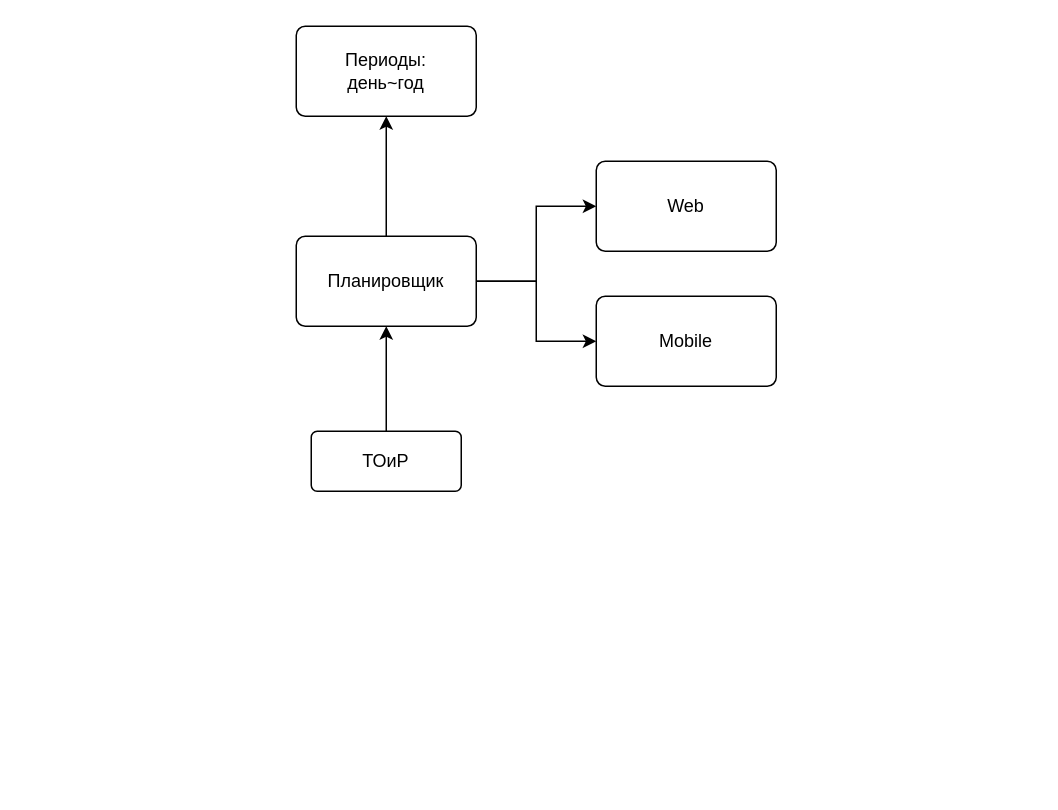
Above: KazGerMunay.drawio in tvolodi/abitech (draw.io), before the change. Source tidied: cells renumbered, new cells numbered last; positions are measured from the earlier drawing's top-left corner, leaving out a move shared by most shapes. Both pictures are drawn from the tidied source at 150%, with x=0, y=0 at pixel (296, 26).
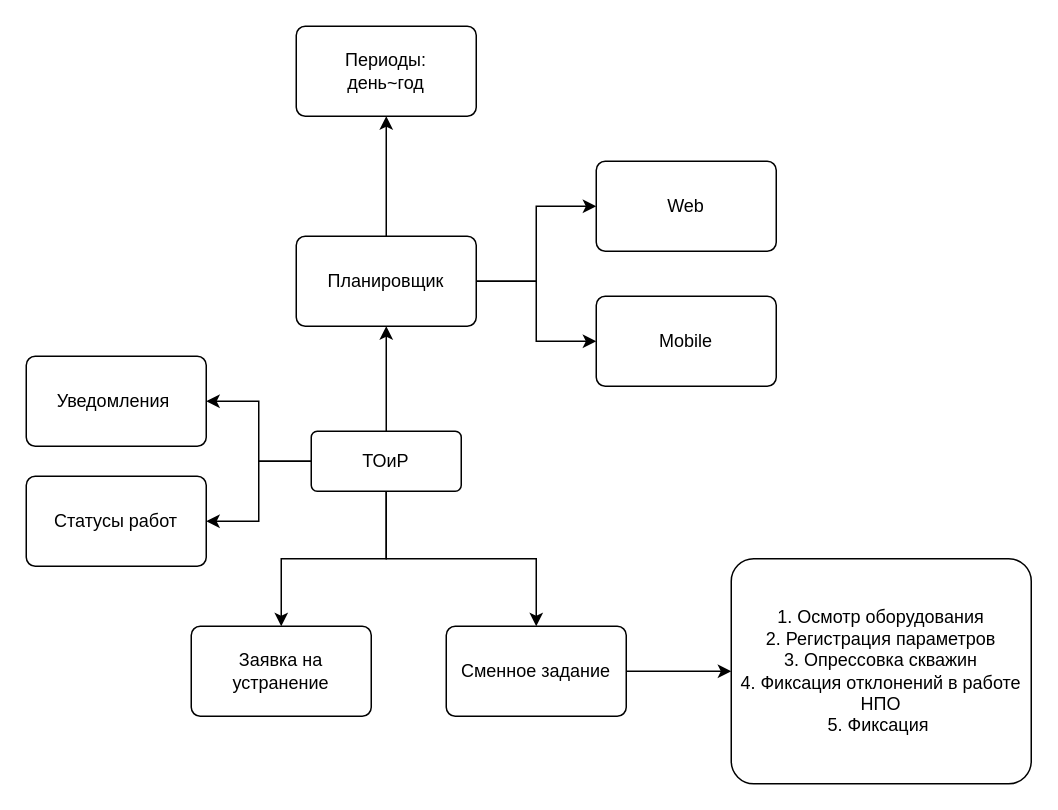
Above is the later version.

The change refers to these unchanged cells:
```xml
<mxCell id="3" value="ТОиР" style="rounded=1;arcSize=10;whiteSpace=wrap;html=1;align=center;" parent="1" vertex="1">
  <mxGeometry x="10" y="270" width="100" height="40" as="geometry" />
</mxCell>
```

Diff of the diagram source:
```diff
@@
+    <mxCell id="11" style="edgeStyle=orthogonalEdgeStyle;rounded=0;jettySize=auto;html=1;" parent="1" edge="1" source="3" target="15">
+      <mxGeometry relative="1" as="geometry" />
+    </mxCell>
+    <mxCell id="12" style="edgeStyle=orthogonalEdgeStyle;rounded=0;jettySize=auto;html=1;" parent="1" edge="1" source="3" target="16">
+      <mxGeometry relative="1" as="geometry" />
+    </mxCell>
+    <mxCell id="13" style="edgeStyle=orthogonalEdgeStyle;rounded=0;jettySize=auto;html=1;" parent="1" edge="1" source="3" target="18">
+      <mxGeometry relative="1" as="geometry" />
+    </mxCell>
+    <mxCell id="14" style="edgeStyle=orthogonalEdgeStyle;rounded=0;jettySize=auto;html=1;" parent="1" edge="1" source="3" target="20">
+      <mxGeometry relative="1" as="geometry" />
+    </mxCell>
@@
+    <mxCell id="15" value="Уведомления&amp;nbsp;" style="whiteSpace=wrap;html=1;rounded=1;arcSize=10;" parent="1" vertex="1">
+      <mxGeometry x="-180" y="220" width="120" height="60" as="geometry" />
+    </mxCell>
+    <mxCell id="16" value="Статусы работ" style="whiteSpace=wrap;html=1;rounded=1;arcSize=10;" parent="1" vertex="1">
+      <mxGeometry x="-180" y="300" width="120" height="60" as="geometry" />
+    </mxCell>
+    <mxCell id="17" style="edgeStyle=orthogonalEdgeStyle;rounded=0;jettySize=auto;html=1;" parent="1" edge="1" source="18" target="19">
+      <mxGeometry relative="1" as="geometry" />
+    </mxCell>
+    <mxCell id="18" value="Сменное задание" style="whiteSpace=wrap;html=1;rounded=1;arcSize=10;" parent="1" vertex="1">
+      <mxGeometry x="100" y="400" width="120" height="60" as="geometry" />
+    </mxCell>
+    <mxCell id="19" value="1. Осмотр оборудования&lt;br&gt;2. Регистрация параметров&lt;br&gt;3. Опрессовка скважин&lt;br&gt;4. Фиксация отклонений в работе НПО&lt;br&gt;5. Фиксация&amp;nbsp;" style="whiteSpace=wrap;html=1;rounded=1;arcSize=10;" parent="1" vertex="1">
+      <mxGeometry x="290" y="355" width="200" height="150" as="geometry" />
+    </mxCell>
+    <mxCell id="20" value="Заявка на устранение" style="whiteSpace=wrap;html=1;rounded=1;arcSize=10;" parent="1" vertex="1">
+      <mxGeometry x="-70" y="400" width="120" height="60" as="geometry" />
+    </mxCell>
```
